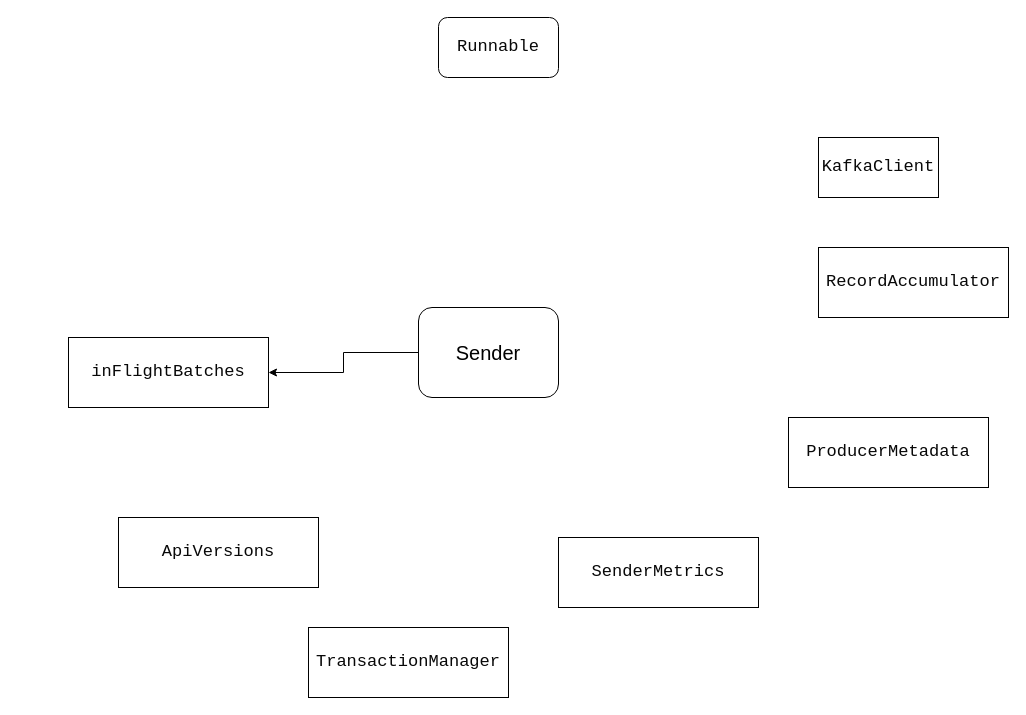
This is page "sender结构图" (4 of 8) of 07.mq/kafka/image/生产者流程.drawio from bee06/note, a draw.io file, before an edit. Source tidied: cells renumbered, new cells numbered last; positions are measured from the earlier drawing's top-left corner, leaving out a move shared by most shapes. Both pictures are drawn from the tidied source at 100%, with x=0, y=0 at pixel (68, 17).
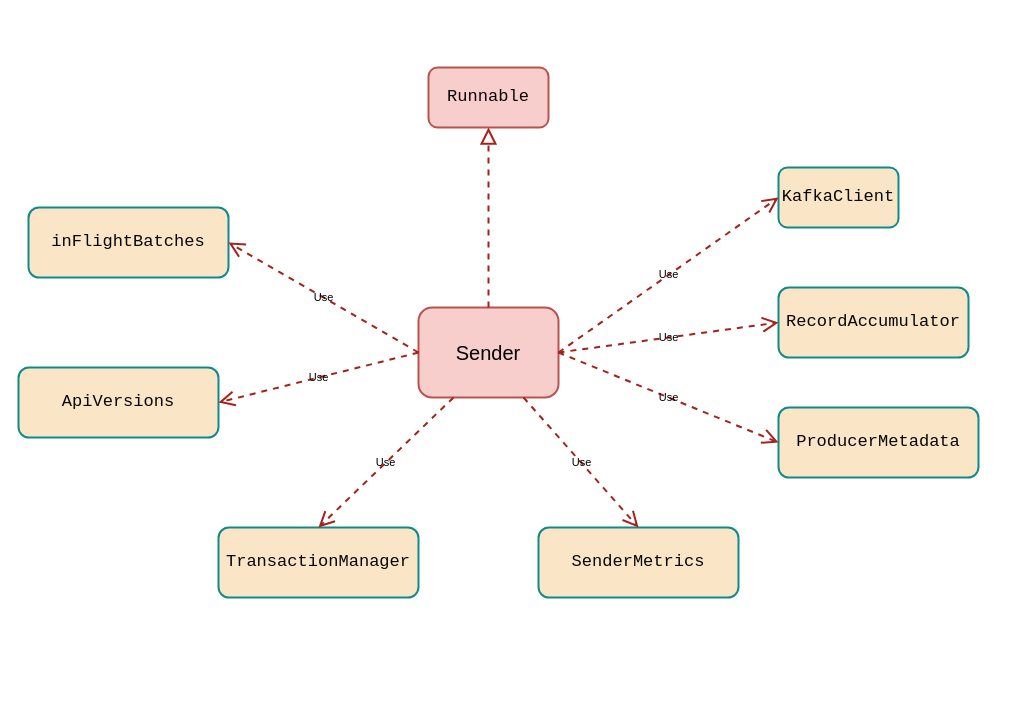
The same page after the edit.

The edit, as a diff of the source:
```diff
@@
 <mxGraphModel>
   <root>
     <mxCell id="0" />
     <mxCell id="1" parent="0" />
-    <mxCell id="2" style="edgeStyle=orthogonalEdgeStyle;rounded=0;jettySize=auto;html=1;entryX=1;entryY=0.5;entryDx=0;entryDy=0;" parent="1" edge="1" source="3" target="11">
-      <mxGeometry relative="1" as="geometry" />
-    </mxCell>
-    <mxCell id="3" value="Sender" style="rounded=1;whiteSpace=wrap;html=1;fontSize=20;" parent="1" vertex="1">
+    <mxCell id="3" value="Sender" style="rounded=1;whiteSpace=wrap;html=1;fontSize=20;strokeWidth=2;labelBackgroundColor=none;fillColor=#f8cecc;strokeColor=#b85450;" parent="1" vertex="1">
       <mxGeometry x="350" y="290" width="140" height="90" as="geometry" />
     </mxCell>
-    <mxCell id="4" value="&lt;div style=&quot;background-color: rgb(255, 255, 255); color: rgb(8, 8, 8); font-family: &amp;quot;JetBrains Mono&amp;quot;, monospace; font-size: 12.8pt;&quot;&gt;Runnable&lt;/div&gt;" style="rounded=1;whiteSpace=wrap;html=1;" parent="1" vertex="1">
-      <mxGeometry x="370" width="120" height="60" as="geometry" />
+    <mxCell id="4" value="&lt;div style=&quot;color: rgb(8, 8, 8); font-family: &amp;quot;JetBrains Mono&amp;quot;, monospace; font-size: 12.8pt;&quot;&gt;Runnable&lt;/div&gt;" style="rounded=1;whiteSpace=wrap;html=1;strokeWidth=2;labelBackgroundColor=none;fillColor=#f8cecc;strokeColor=#b85450;" parent="1" vertex="1">
+      <mxGeometry x="360" y="50" width="120" height="60" as="geometry" />
     </mxCell>
-    <mxCell id="5" value="&lt;div style=&quot;background-color: rgb(255, 255, 255); color: rgb(8, 8, 8); font-family: &amp;quot;JetBrains Mono&amp;quot;, monospace; font-size: 12.8pt;&quot;&gt;KafkaClient&lt;/div&gt;" style="rounded=0;whiteSpace=wrap;html=1;" parent="1" vertex="1">
-      <mxGeometry x="750" y="120" width="120" height="60" as="geometry" />
+    <mxCell id="5" value="&lt;div style=&quot;color: rgb(8, 8, 8); font-family: &amp;quot;JetBrains Mono&amp;quot;, monospace; font-size: 12.8pt;&quot;&gt;KafkaClient&lt;/div&gt;" style="rounded=1;whiteSpace=wrap;html=1;strokeWidth=2;labelBackgroundColor=none;fillColor=#FAE5C7;strokeColor=#0F8B8D;fontColor=#143642;" parent="1" vertex="1">
+      <mxGeometry x="710" y="150" width="120" height="60" as="geometry" />
     </mxCell>
-    <mxCell id="6" value="&lt;div style=&quot;background-color: rgb(255, 255, 255); color: rgb(8, 8, 8); font-family: &amp;quot;JetBrains Mono&amp;quot;, monospace; font-size: 12.8pt;&quot;&gt;&lt;div style=&quot;font-size: 12.8pt;&quot;&gt;RecordAccumulator&lt;/div&gt;&lt;/div&gt;" style="rounded=0;whiteSpace=wrap;html=1;" parent="1" vertex="1">
-      <mxGeometry x="750" y="230" width="190" height="70" as="geometry" />
+    <mxCell id="6" value="&lt;div style=&quot;color: rgb(8, 8, 8); font-family: &amp;quot;JetBrains Mono&amp;quot;, monospace; font-size: 12.8pt;&quot;&gt;&lt;div style=&quot;font-size: 12.8pt;&quot;&gt;RecordAccumulator&lt;/div&gt;&lt;/div&gt;" style="rounded=1;whiteSpace=wrap;html=1;strokeWidth=2;labelBackgroundColor=none;fillColor=#FAE5C7;strokeColor=#0F8B8D;fontColor=#143642;" parent="1" vertex="1">
+      <mxGeometry x="710" y="270" width="190" height="70" as="geometry" />
     </mxCell>
-    <mxCell id="7" value="&lt;div style=&quot;background-color: rgb(255, 255, 255); color: rgb(8, 8, 8); font-family: &amp;quot;JetBrains Mono&amp;quot;, monospace; font-size: 12.8pt;&quot;&gt;&lt;div style=&quot;font-size: 12.8pt;&quot;&gt;ProducerMetadata&lt;/div&gt;&lt;/div&gt;" style="rounded=0;whiteSpace=wrap;html=1;" parent="1" vertex="1">
-      <mxGeometry x="720" y="400" width="200" height="70" as="geometry" />
+    <mxCell id="7" value="&lt;div style=&quot;color: rgb(8, 8, 8); font-family: &amp;quot;JetBrains Mono&amp;quot;, monospace; font-size: 12.8pt;&quot;&gt;&lt;div style=&quot;font-size: 12.8pt;&quot;&gt;ProducerMetadata&lt;/div&gt;&lt;/div&gt;" style="rounded=1;whiteSpace=wrap;html=1;strokeWidth=2;labelBackgroundColor=none;fillColor=#FAE5C7;strokeColor=#0F8B8D;fontColor=#143642;" parent="1" vertex="1">
+      <mxGeometry x="710" y="390" width="200" height="70" as="geometry" />
     </mxCell>
-    <mxCell id="8" value="&lt;div style=&quot;background-color: rgb(255, 255, 255); color: rgb(8, 8, 8); font-family: &amp;quot;JetBrains Mono&amp;quot;, monospace; font-size: 12.8pt;&quot;&gt;&lt;div style=&quot;font-size: 12.8pt;&quot;&gt;&lt;div style=&quot;font-size: 12.8pt;&quot;&gt;SenderMetrics&lt;/div&gt;&lt;/div&gt;&lt;/div&gt;" style="rounded=0;whiteSpace=wrap;html=1;" parent="1" vertex="1">
-      <mxGeometry x="490" y="520" width="200" height="70" as="geometry" />
+    <mxCell id="8" value="&lt;div style=&quot;color: rgb(8, 8, 8); font-family: &amp;quot;JetBrains Mono&amp;quot;, monospace; font-size: 12.8pt;&quot;&gt;&lt;div style=&quot;font-size: 12.8pt;&quot;&gt;&lt;div style=&quot;font-size: 12.8pt;&quot;&gt;SenderMetrics&lt;/div&gt;&lt;/div&gt;&lt;/div&gt;" style="rounded=1;whiteSpace=wrap;html=1;strokeWidth=2;labelBackgroundColor=none;fillColor=#FAE5C7;strokeColor=#0F8B8D;fontColor=#143642;" parent="1" vertex="1">
+      <mxGeometry x="470" y="510" width="200" height="70" as="geometry" />
     </mxCell>
-    <mxCell id="9" value="&lt;div style=&quot;background-color: rgb(255, 255, 255); color: rgb(8, 8, 8); font-family: &amp;quot;JetBrains Mono&amp;quot;, monospace; font-size: 12.8pt;&quot;&gt;&lt;div style=&quot;font-size: 12.8pt;&quot;&gt;&lt;div style=&quot;font-size: 12.8pt;&quot;&gt;&lt;div style=&quot;font-size: 12.8pt;&quot;&gt;TransactionManager&lt;/div&gt;&lt;/div&gt;&lt;/div&gt;&lt;/div&gt;" style="rounded=0;whiteSpace=wrap;html=1;" parent="1" vertex="1">
-      <mxGeometry x="240" y="610" width="200" height="70" as="geometry" />
+    <mxCell id="9" value="&lt;div style=&quot;color: rgb(8, 8, 8); font-family: &amp;quot;JetBrains Mono&amp;quot;, monospace; font-size: 12.8pt;&quot;&gt;&lt;div style=&quot;font-size: 12.8pt;&quot;&gt;&lt;div style=&quot;font-size: 12.8pt;&quot;&gt;&lt;div style=&quot;font-size: 12.8pt;&quot;&gt;TransactionManager&lt;/div&gt;&lt;/div&gt;&lt;/div&gt;&lt;/div&gt;" style="rounded=1;whiteSpace=wrap;html=1;strokeWidth=2;labelBackgroundColor=none;fillColor=#FAE5C7;strokeColor=#0F8B8D;fontColor=#143642;" parent="1" vertex="1">
+      <mxGeometry x="150" y="510" width="200" height="70" as="geometry" />
     </mxCell>
-    <mxCell id="10" value="&lt;div style=&quot;background-color: rgb(255, 255, 255); color: rgb(8, 8, 8); font-family: &amp;quot;JetBrains Mono&amp;quot;, monospace; font-size: 12.8pt;&quot;&gt;&lt;div style=&quot;font-size: 12.8pt;&quot;&gt;&lt;div style=&quot;font-size: 12.8pt;&quot;&gt;&lt;div style=&quot;font-size: 12.8pt;&quot;&gt;&lt;div style=&quot;font-size: 12.8pt;&quot;&gt;ApiVersions&lt;/div&gt;&lt;/div&gt;&lt;/div&gt;&lt;/div&gt;&lt;/div&gt;" style="rounded=0;whiteSpace=wrap;html=1;" parent="1" vertex="1">
-      <mxGeometry x="50" y="500" width="200" height="70" as="geometry" />
+    <mxCell id="10" value="&lt;div style=&quot;color: rgb(8, 8, 8); font-family: &amp;quot;JetBrains Mono&amp;quot;, monospace; font-size: 12.8pt;&quot;&gt;&lt;div style=&quot;font-size: 12.8pt;&quot;&gt;&lt;div style=&quot;font-size: 12.8pt;&quot;&gt;&lt;div style=&quot;font-size: 12.8pt;&quot;&gt;&lt;div style=&quot;font-size: 12.8pt;&quot;&gt;ApiVersions&lt;/div&gt;&lt;/div&gt;&lt;/div&gt;&lt;/div&gt;&lt;/div&gt;" style="rounded=1;whiteSpace=wrap;html=1;strokeWidth=2;labelBackgroundColor=none;fillColor=#FAE5C7;strokeColor=#0F8B8D;fontColor=#143642;" parent="1" vertex="1">
+      <mxGeometry x="-50" y="350" width="200" height="70" as="geometry" />
     </mxCell>
-    <mxCell id="11" value="&lt;div style=&quot;background-color: rgb(255, 255, 255); color: rgb(8, 8, 8); font-family: &amp;quot;JetBrains Mono&amp;quot;, monospace; font-size: 12.8pt;&quot;&gt;&lt;div style=&quot;font-size: 12.8pt;&quot;&gt;&lt;div style=&quot;font-size: 12.8pt;&quot;&gt;&lt;div style=&quot;font-size: 12.8pt;&quot;&gt;&lt;div style=&quot;font-size: 12.8pt;&quot;&gt;inFlightBatches&lt;/div&gt;&lt;/div&gt;&lt;/div&gt;&lt;/div&gt;&lt;/div&gt;" style="rounded=0;whiteSpace=wrap;html=1;" parent="1" vertex="1">
-      <mxGeometry y="320" width="200" height="70" as="geometry" />
+    <mxCell id="11" value="&lt;div style=&quot;color: rgb(8, 8, 8); font-family: &amp;quot;JetBrains Mono&amp;quot;, monospace; font-size: 12.8pt;&quot;&gt;&lt;div style=&quot;font-size: 12.8pt;&quot;&gt;&lt;div style=&quot;font-size: 12.8pt;&quot;&gt;&lt;div style=&quot;font-size: 12.8pt;&quot;&gt;&lt;div style=&quot;font-size: 12.8pt;&quot;&gt;inFlightBatches&lt;/div&gt;&lt;/div&gt;&lt;/div&gt;&lt;/div&gt;&lt;/div&gt;" style="rounded=1;whiteSpace=wrap;html=1;strokeWidth=2;labelBackgroundColor=none;fillColor=#FAE5C7;strokeColor=#0F8B8D;fontColor=#143642;" parent="1" vertex="1">
+      <mxGeometry x="-40" y="190" width="200" height="70" as="geometry" />
     </mxCell>
+    <mxCell id="12" style="endArrow=block;dashed=1;endFill=0;endSize=12;html=1;rounded=1;entryX=0.5;entryY=1;entryDx=0;entryDy=0;strokeWidth=2;labelBackgroundColor=none;fontColor=default;strokeColor=#A8201A;" parent="1" edge="1" target="4">
+      <mxGeometry relative="1" as="geometry">
+        <mxPoint x="420" y="290" as="sourcePoint" />
+      </mxGeometry>
+    </mxCell>
+    <mxCell id="2" value="Use" style="endArrow=open;endSize=12;dashed=1;html=1;rounded=1;entryX=1;entryY=0.5;entryDx=0;entryDy=0;exitX=0;exitY=0.5;exitDx=0;exitDy=0;strokeWidth=2;labelBackgroundColor=none;fontColor=default;strokeColor=#A8201A;" parent="1" edge="1" source="3" target="11">
+      <mxGeometry relative="1" as="geometry" />
+    </mxCell>
+    <mxCell id="13" value="Use" style="endArrow=open;endSize=12;dashed=1;html=1;rounded=1;entryX=1;entryY=0.5;entryDx=0;entryDy=0;exitX=0;exitY=0.5;exitDx=0;exitDy=0;strokeWidth=2;labelBackgroundColor=none;fontColor=default;strokeColor=#A8201A;" parent="1" edge="1" source="3" target="10">
+      <mxGeometry relative="1" as="geometry" />
+    </mxCell>
+    <mxCell id="14" value="Use" style="endArrow=open;endSize=12;dashed=1;html=1;rounded=1;entryX=0.5;entryY=0;entryDx=0;entryDy=0;exitX=0.25;exitY=1;exitDx=0;exitDy=0;strokeWidth=2;labelBackgroundColor=none;fontColor=default;strokeColor=#A8201A;" parent="1" edge="1" source="3" target="9">
+      <mxGeometry relative="1" as="geometry" />
+    </mxCell>
+    <mxCell id="15" value="Use" style="endArrow=open;endSize=12;dashed=1;html=1;rounded=1;entryX=0.5;entryY=0;entryDx=0;entryDy=0;exitX=0.75;exitY=1;exitDx=0;exitDy=0;strokeWidth=2;labelBackgroundColor=none;fontColor=default;strokeColor=#A8201A;" parent="1" edge="1" source="3" target="8">
+      <mxGeometry relative="1" as="geometry" />
+    </mxCell>
+    <mxCell id="16" value="Use" style="endArrow=open;endSize=12;dashed=1;html=1;rounded=1;entryX=0;entryY=0.5;entryDx=0;entryDy=0;exitX=1;exitY=0.5;exitDx=0;exitDy=0;strokeWidth=2;labelBackgroundColor=none;fontColor=default;strokeColor=#A8201A;" parent="1" edge="1" source="3" target="5">
+      <mxGeometry relative="1" as="geometry" />
+    </mxCell>
+    <mxCell id="17" value="Use" style="endArrow=open;endSize=12;dashed=1;html=1;rounded=1;entryX=0;entryY=0.5;entryDx=0;entryDy=0;exitX=1;exitY=0.5;exitDx=0;exitDy=0;strokeWidth=2;labelBackgroundColor=none;fontColor=default;strokeColor=#A8201A;" parent="1" edge="1" source="3" target="6">
+      <mxGeometry relative="1" as="geometry" />
+    </mxCell>
+    <mxCell id="18" value="Use" style="endArrow=open;endSize=12;dashed=1;html=1;rounded=1;entryX=0;entryY=0.5;entryDx=0;entryDy=0;exitX=1;exitY=0.5;exitDx=0;exitDy=0;strokeWidth=2;labelBackgroundColor=none;fontColor=default;strokeColor=#A8201A;" parent="1" edge="1" source="3" target="7">
+      <mxGeometry relative="1" as="geometry" />
+    </mxCell>
   </root>
 </mxGraphModel>
```
